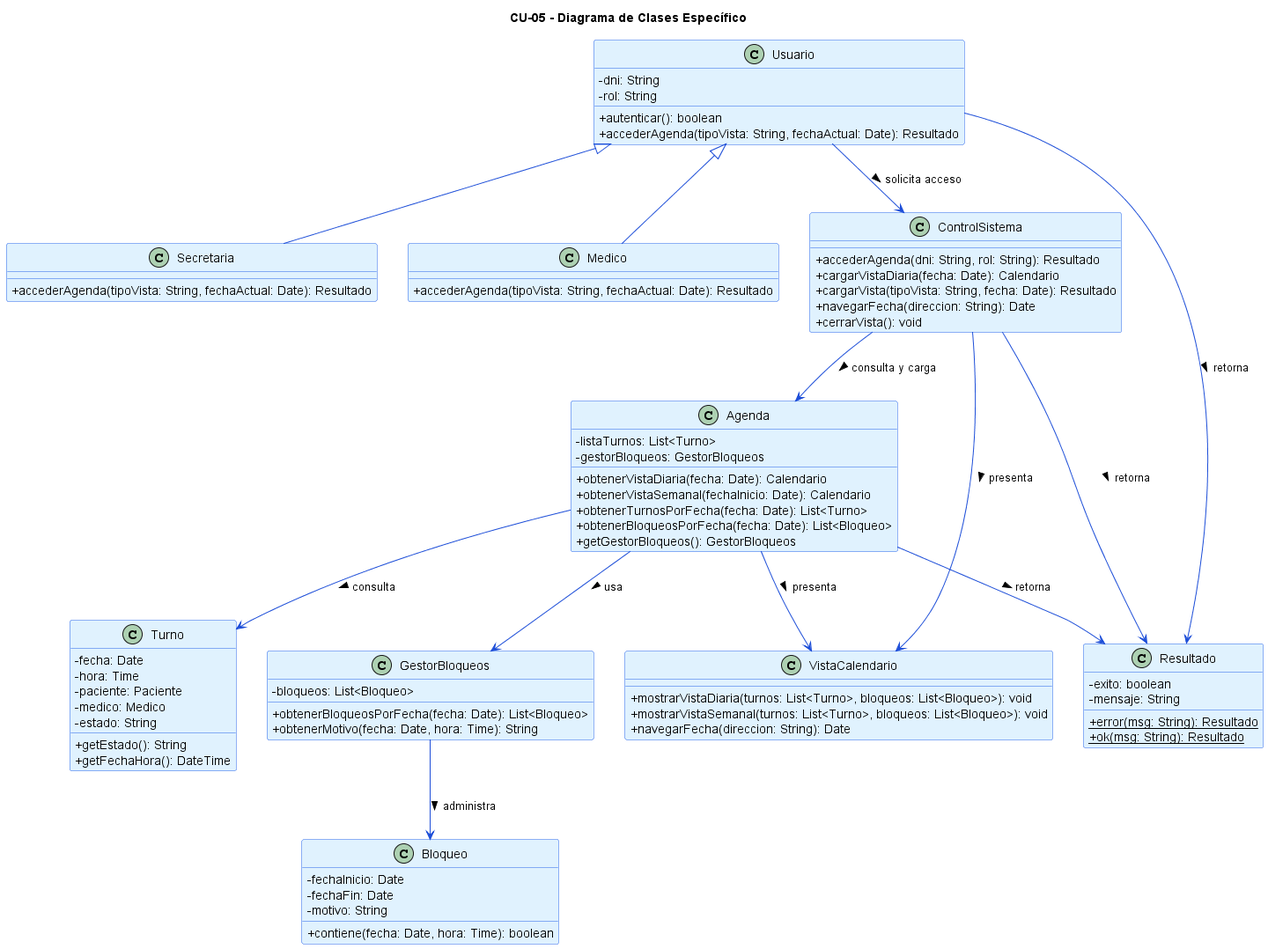
The PlantUML diagram diagramas/01-diagrama-clases/05-clases-visualizar-agenda.png in angelgc9107-lgtm/SistemaTurnosMedicos_GP6, before a commit. Its diagram source:
```plantuml
@startuml CU05-Clases-Visualizar-Agenda
skinparam classAttributeIconSize 0
skinparam class {
    BackgroundColor #E0F2FE
    BorderColor #2563EB
    ArrowColor #1D4ED8
}

title CU-05 - Diagrama de Clases Específico

class Usuario {
    - dni: String
    - rol: String
    + autenticar(): boolean
    + accederAgenda(tipoVista: String, fechaActual: Date): Resultado
}

class Secretaria {
    + accederAgenda(tipoVista: String, fechaActual: Date): Resultado
}

class Medico {
    + accederAgenda(tipoVista: String, fechaActual: Date): Resultado
}

class Agenda {
    - listaTurnos: List<Turno>
    - gestorBloqueos: GestorBloqueos
    + obtenerVistaDiaria(fecha: Date): Calendario
    + obtenerVistaSemanal(fechaInicio: Date): Calendario
    + obtenerTurnosPorFecha(fecha: Date): List<Turno>
    + obtenerBloqueosPorFecha(fecha: Date): List<Bloqueo>
    + getGestorBloqueos(): GestorBloqueos
}

class VistaCalendario {
    + mostrarVistaDiaria(turnos: List<Turno>, bloqueos: List<Bloqueo>): void
    + mostrarVistaSemanal(turnos: List<Turno>, bloqueos: List<Bloqueo>): void
    + navegarFecha(direccion: String): Date
}

class Turno {
    - fecha: Date
    - hora: Time
    - paciente: Paciente
    - medico: Medico
    - estado: String
    + getEstado(): String
    + getFechaHora(): DateTime
}

class GestorBloqueos {
    - bloqueos: List<Bloqueo>
    + obtenerBloqueosPorFecha(fecha: Date): List<Bloqueo>
    + obtenerMotivo(fecha: Date, hora: Time): String
}

class Bloqueo {
    - fechaInicio: Date
    - fechaFin: Date
    - motivo: String
    + contiene(fecha: Date, hora: Time): boolean
}

class ControlSistema {
    + accederAgenda(dni: String, rol: String): Resultado
    + cargarVistaDiaria(fecha: Date): Calendario
    + cargarVista(tipoVista: String, fecha: Date): Resultado
    + navegarFecha(direccion: String): Date
    + cerrarVista(): void
}

Usuario <|-- Secretaria
Usuario <|-- Medico
Usuario --> ControlSistema : solicita acceso >
ControlSistema --> Agenda : consulta y carga >
ControlSistema --> VistaCalendario : presenta >
Agenda --> Turno : consulta >
Agenda --> GestorBloqueos : usa >
Agenda --> VistaCalendario : presenta >
GestorBloqueos --> Bloqueo : administra >

class Resultado {
    - exito: boolean
    - mensaje: String
    + {static} error(msg: String): Resultado
    + {static} ok(msg: String): Resultado
}

Usuario --> Resultado : retorna >
ControlSistema --> Resultado : retorna >
Agenda --> Resultado : retorna >
@enduml
```
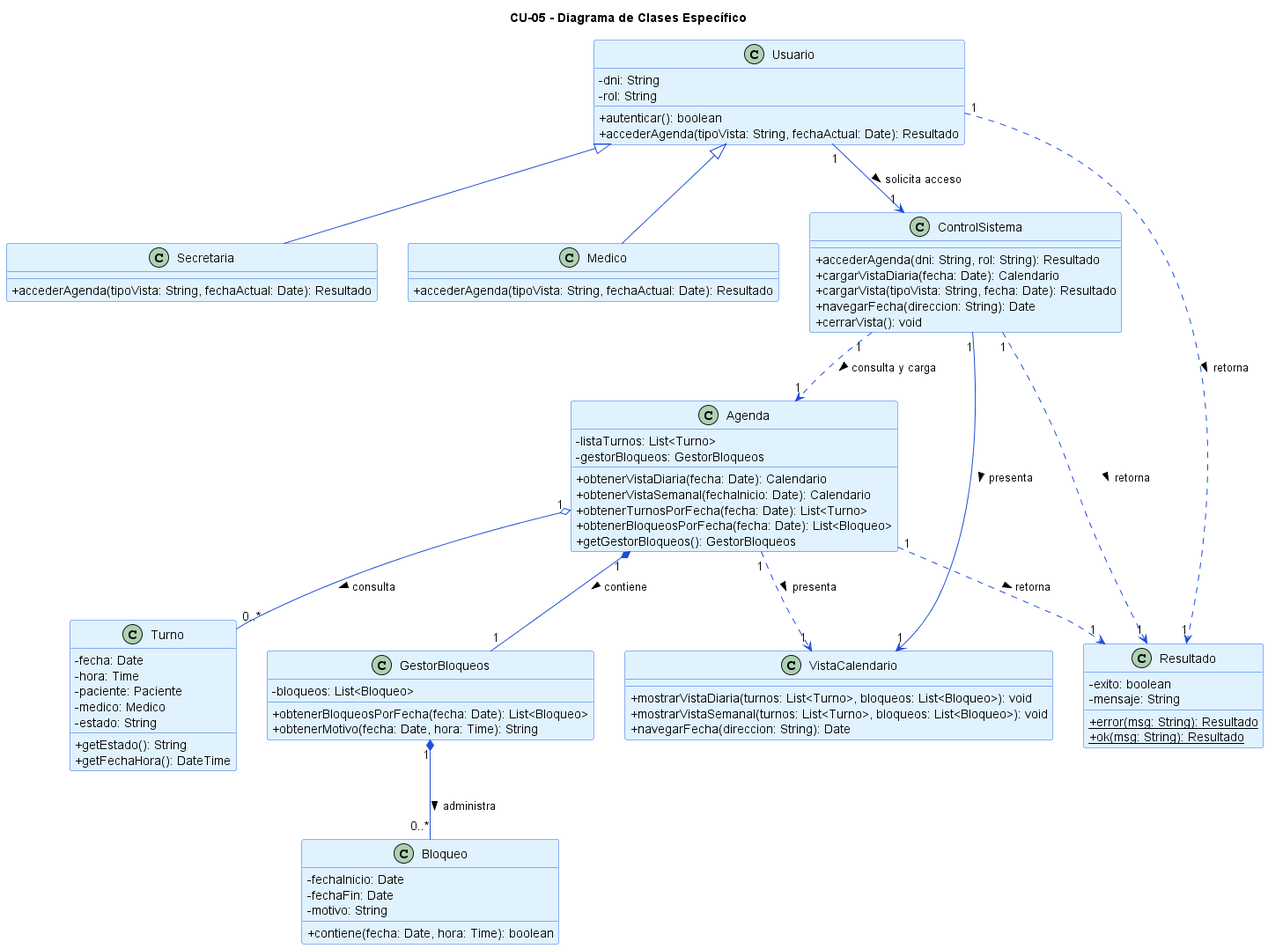
The same diagram one commit later.

Commit message:
Corrección de diagramas de clases

The edit, as a diff of the source:
```diff
@@ -70,16 +70,6 @@
     + cerrarVista(): void
 }
 
-Usuario <|-- Secretaria
-Usuario <|-- Medico
-Usuario --> ControlSistema : solicita acceso >
-ControlSistema --> Agenda : consulta y carga >
-ControlSistema --> VistaCalendario : presenta >
-Agenda --> Turno : consulta >
-Agenda --> GestorBloqueos : usa >
-Agenda --> VistaCalendario : presenta >
-GestorBloqueos --> Bloqueo : administra >
-
 class Resultado {
     - exito: boolean
     - mensaje: String
@@ -87,7 +77,22 @@
     + {static} ok(msg: String): Resultado
 }
 
-Usuario --> Resultado : retorna >
-ControlSistema --> Resultado : retorna >
-Agenda --> Resultado : retorna >
+Usuario <|-- Secretaria
+Usuario <|-- Medico
+
+Usuario "1" --> "1" ControlSistema : solicita acceso >
+ControlSistema "1" --> "1" VistaCalendario : presenta >
+
+Agenda "1" *-- "1" GestorBloqueos : contiene >
+
+Agenda "1" o-- "0..*" Turno : consulta >
+
+GestorBloqueos "1" *-- "0..*" Bloqueo : administra >
+
+ControlSistema "1" ..> "1" Agenda : consulta y carga >
+Agenda "1" ..> "1" VistaCalendario : presenta >
+Usuario "1" ..> "1" Resultado : retorna >
+ControlSistema "1" ..> "1" Resultado : retorna >
+Agenda "1" ..> "1" Resultado : retorna >
+
 @enduml
```
